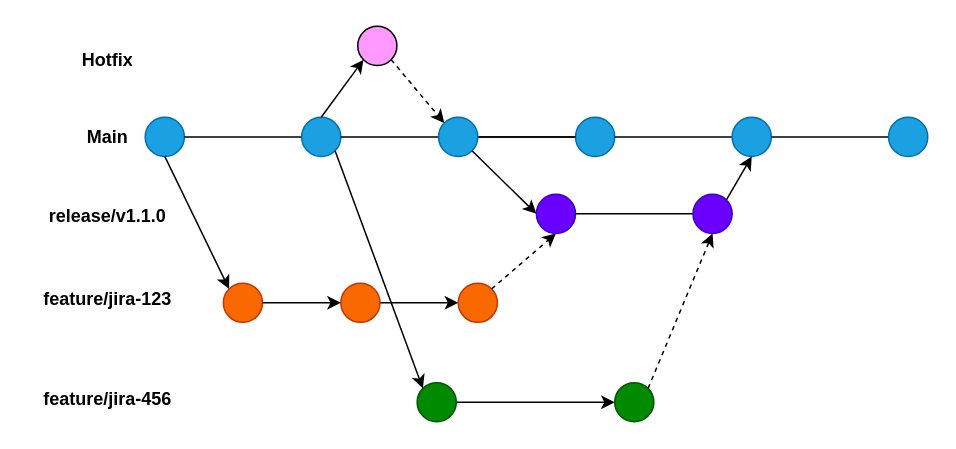
Earlier version of the draw.io diagram modules/ROOT/diagrams/feature-branching-release-hotfix.drawio (technicallyawriter/portfolio-docs). Source tidied: cells renumbered, new cells numbered last; positions are measured from the earlier drawing's top-left corner, leaving out a move shared by most shapes. Both pictures are drawn from the tidied source at 150%, with x=0, y=0 at pixel (24, 26).
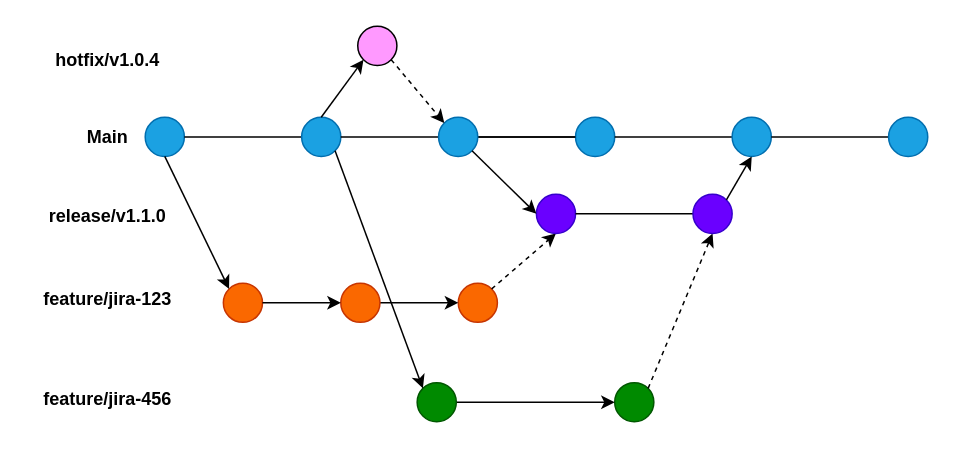
After the change.

Commit message (it also covers changes not shown here):
update diagram source and png

What changed in the source:
```diff
@@
-    <mxCell id="35" value="Hotfix" style="text;html=1;align=center;verticalAlign=middle;strokeColor=none;fillColor=none;fontStyle=1;" parent="1" vertex="1">
-      <mxGeometry x="25.3" y="8" width="60" height="30" as="geometry" />
+    <mxCell id="35" value="hotfix/v1.0.4" style="text;html=1;align=center;verticalAlign=middle;strokeColor=none;fillColor=none;fontStyle=1;" parent="1" vertex="1">
+      <mxGeometry x="10.3" y="8" width="90" height="30" as="geometry" />
     </mxCell>
```
